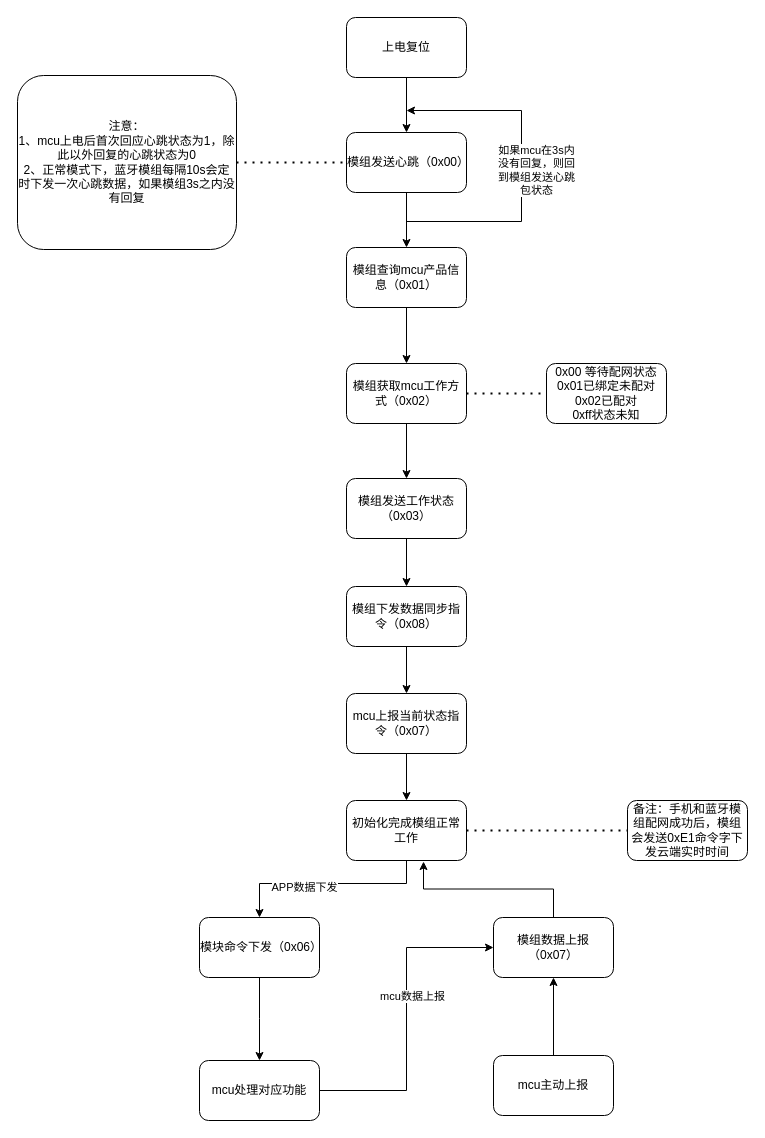
Before: ble mcu sdk.drawio in JeffYec/Jeff, a draw.io diagram. Source tidied: cells renumbered, new cells numbered last; positions are measured from the earlier drawing's top-left corner, leaving out a move shared by most shapes. Both pictures are drawn from the tidied source at 100%, with x=0, y=0 at pixel (17, 17).
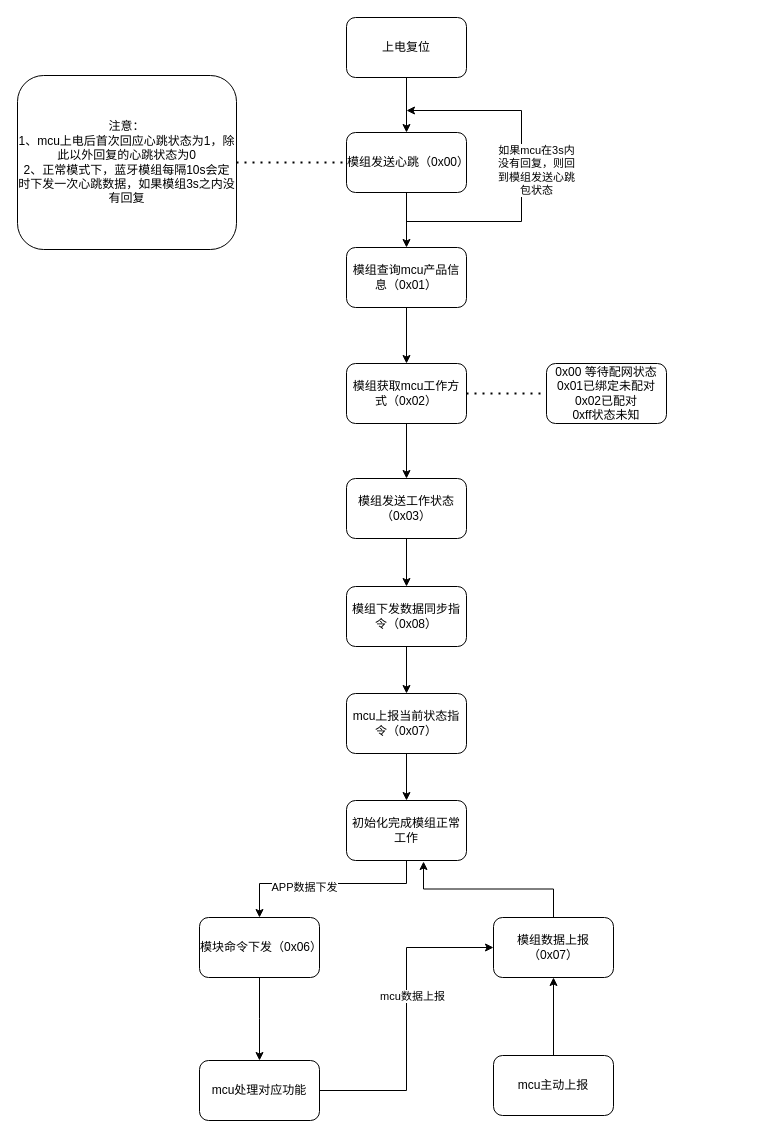
Above is the later version.

Unchanged cells that the change refers to:
```xml
<mxCell id="18" value="初始化完成模组正常工作" style="rounded=1;whiteSpace=wrap;html=1;" parent="1" vertex="1">
  <mxGeometry x="329" y="783" width="120" height="60" as="geometry" />
</mxCell>
```

Diff of the diagram source:
```diff
@@
-    <mxCell id="34" value="备注：手机和蓝牙模组配网成功后，模组会发送0xE1命令字下发云端实时时间" style="rounded=1;whiteSpace=wrap;html=1;" parent="1" vertex="1">
-      <mxGeometry x="610" y="783" width="120" height="60" as="geometry" />
-    </mxCell>
-    <mxCell id="35" style="endArrow=none;dashed=1;html=1;dashPattern=1 3;strokeWidth=2;rounded=0;exitX=1;exitY=0.5;exitDx=0;exitDy=0;entryX=0;entryY=0.5;entryDx=0;entryDy=0;" parent="1" edge="1" source="18" target="34">
-      <mxGeometry relative="1" as="geometry" />
-    </mxCell>
```
